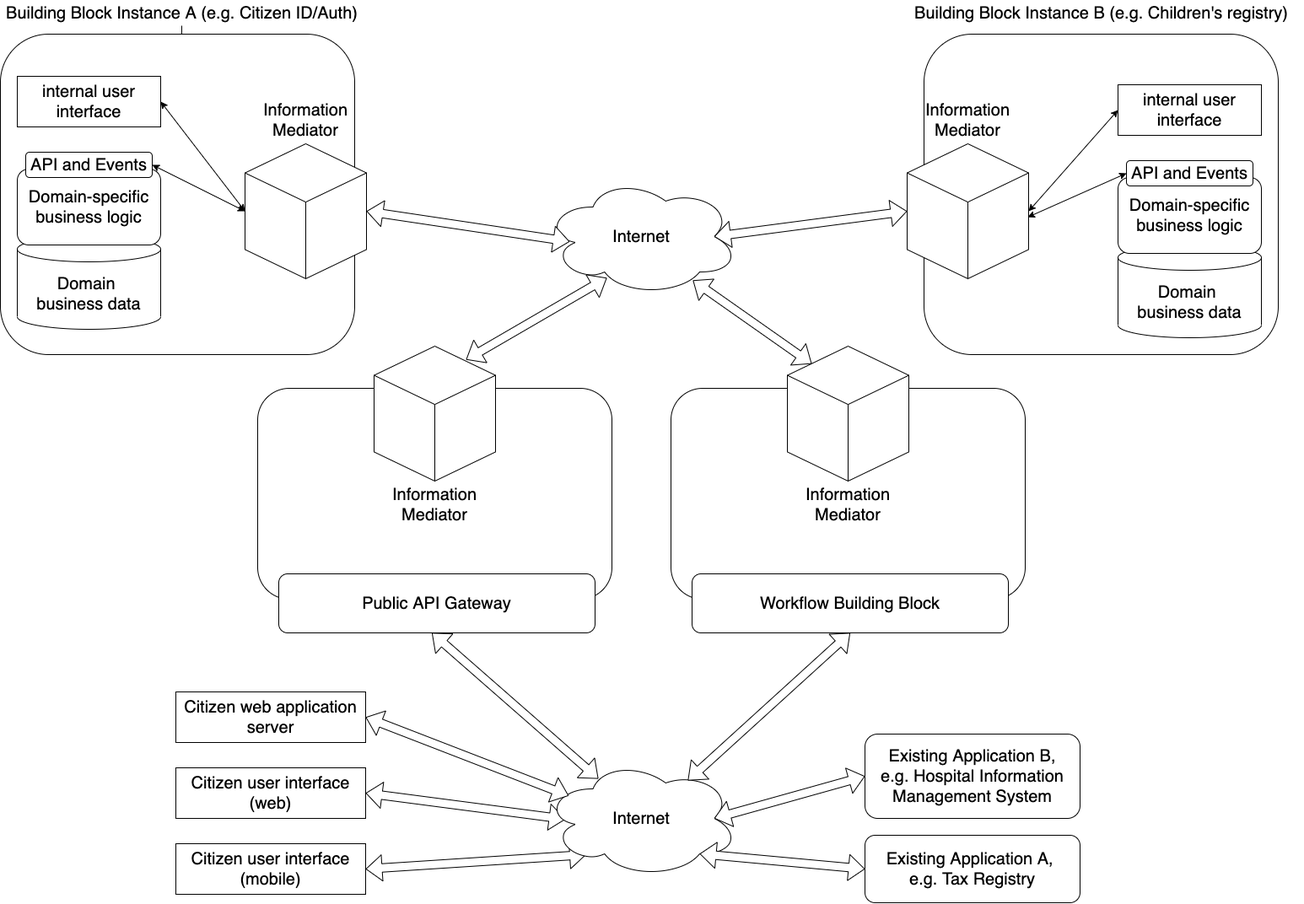
This is diagrams/information_mediator.png from GovStackWorkingGroup/BuildingBlockAPI, a draw.io export, as it was before one commit. Source tidied: cells renumbered, new cells last; positions are measured from the earlier drawing's top-left corner, leaving out a move shared by most shapes.
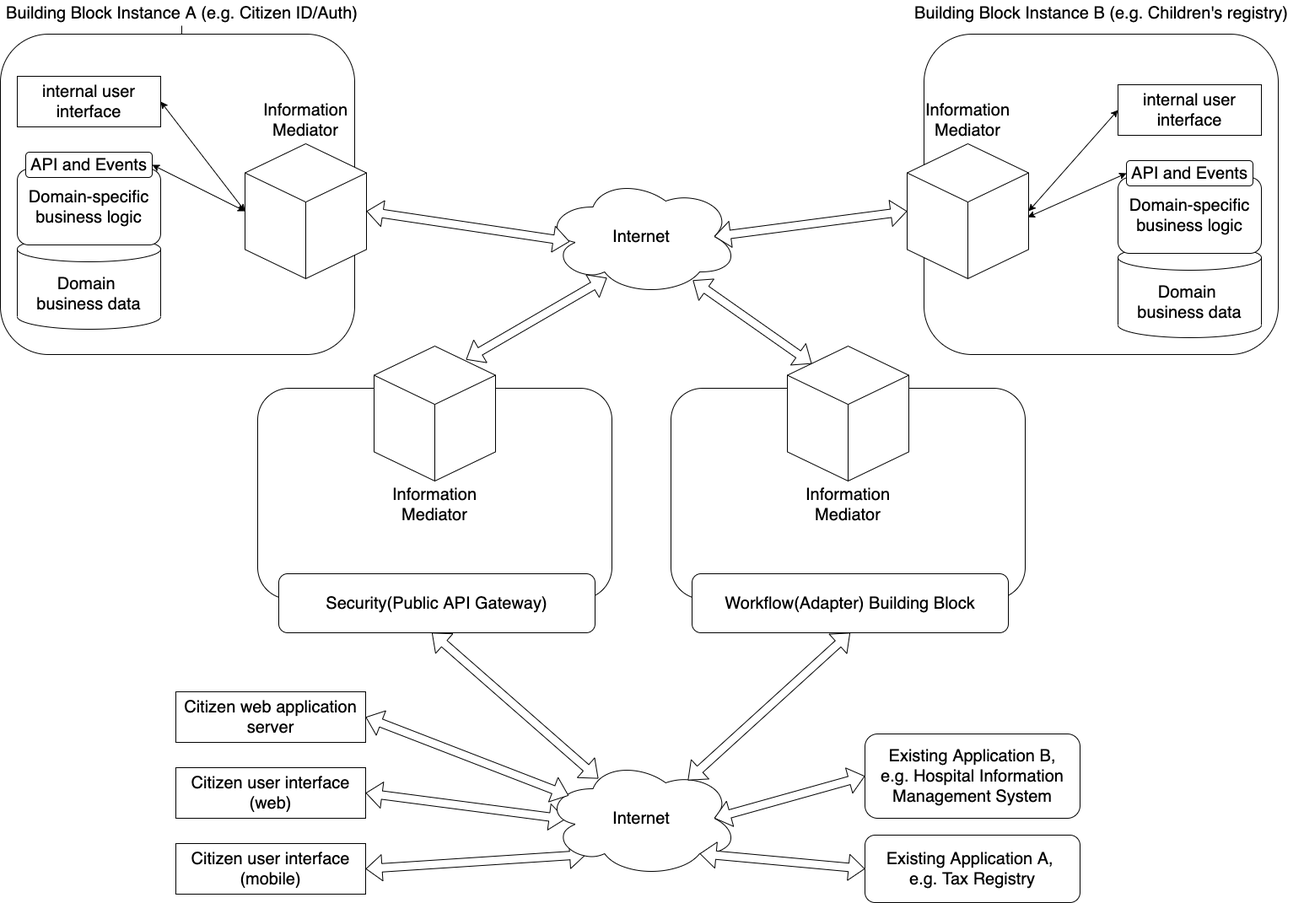
Later version of the same file.

Diff of the diagram source:
```diff
@@ -104,7 +104,7 @@
     <mxCell id="35" style="group;fontSize=20;" parent="32" vertex="1">
       <mxGeometry x="25" y="270" width="375" height="70" as="geometry" />
     </mxCell>
-    <mxCell id="36" value="Workflow Building Block" style="rounded=1;whiteSpace=wrap;html=1;fontSize=20;" parent="35" vertex="1">
+    <mxCell id="36" value="Workflow(Adapter) Building Block" style="rounded=1;whiteSpace=wrap;html=1;fontSize=20;" parent="35" vertex="1">
       <mxGeometry width="375" height="70" as="geometry" />
     </mxCell>
     <mxCell id="37" style="group;" parent="1" vertex="1">
@@ -119,7 +119,7 @@
     <mxCell id="40" style="group;fontSize=20;" parent="37" vertex="1">
       <mxGeometry x="25" y="270" width="375" height="70" as="geometry" />
     </mxCell>
-    <mxCell id="41" value="Public API Gateway" style="rounded=1;whiteSpace=wrap;html=1;fontSize=20;" parent="40" vertex="1">
+    <mxCell id="41" value="Security(Public API Gateway)" style="rounded=1;whiteSpace=wrap;html=1;fontSize=20;" parent="40" vertex="1">
       <mxGeometry width="375" height="70" as="geometry" />
     </mxCell>
     <mxCell id="42" value=" " style="group;" parent="1" vertex="1">
```
